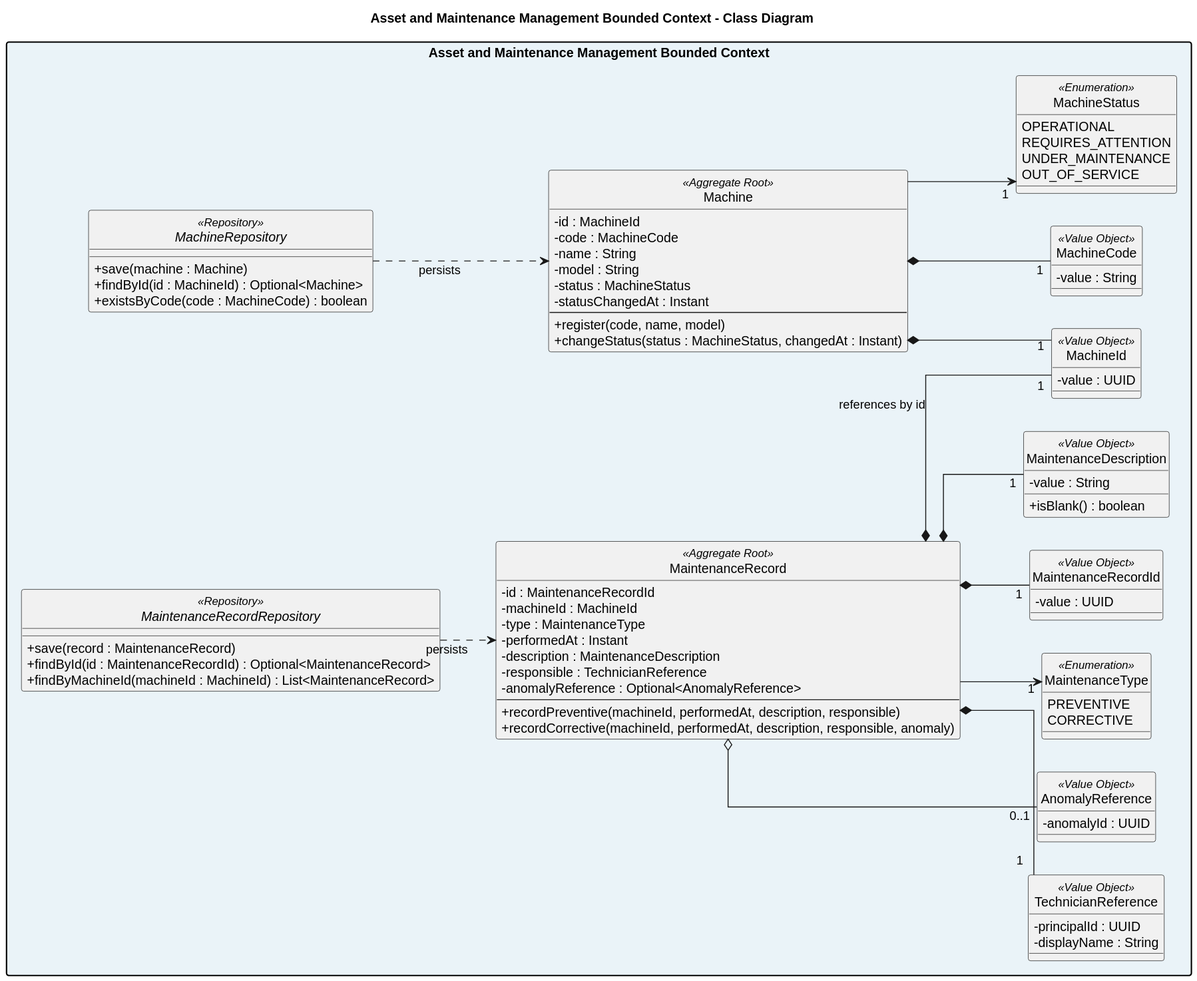
Earlier version of the PlantUML export assets/Images Chapter 4/Software Object-Oriented Design/Class Diagrams/asset-maintenance-management-class-diagram.svg (Vanguard-app-web/molinex-report).
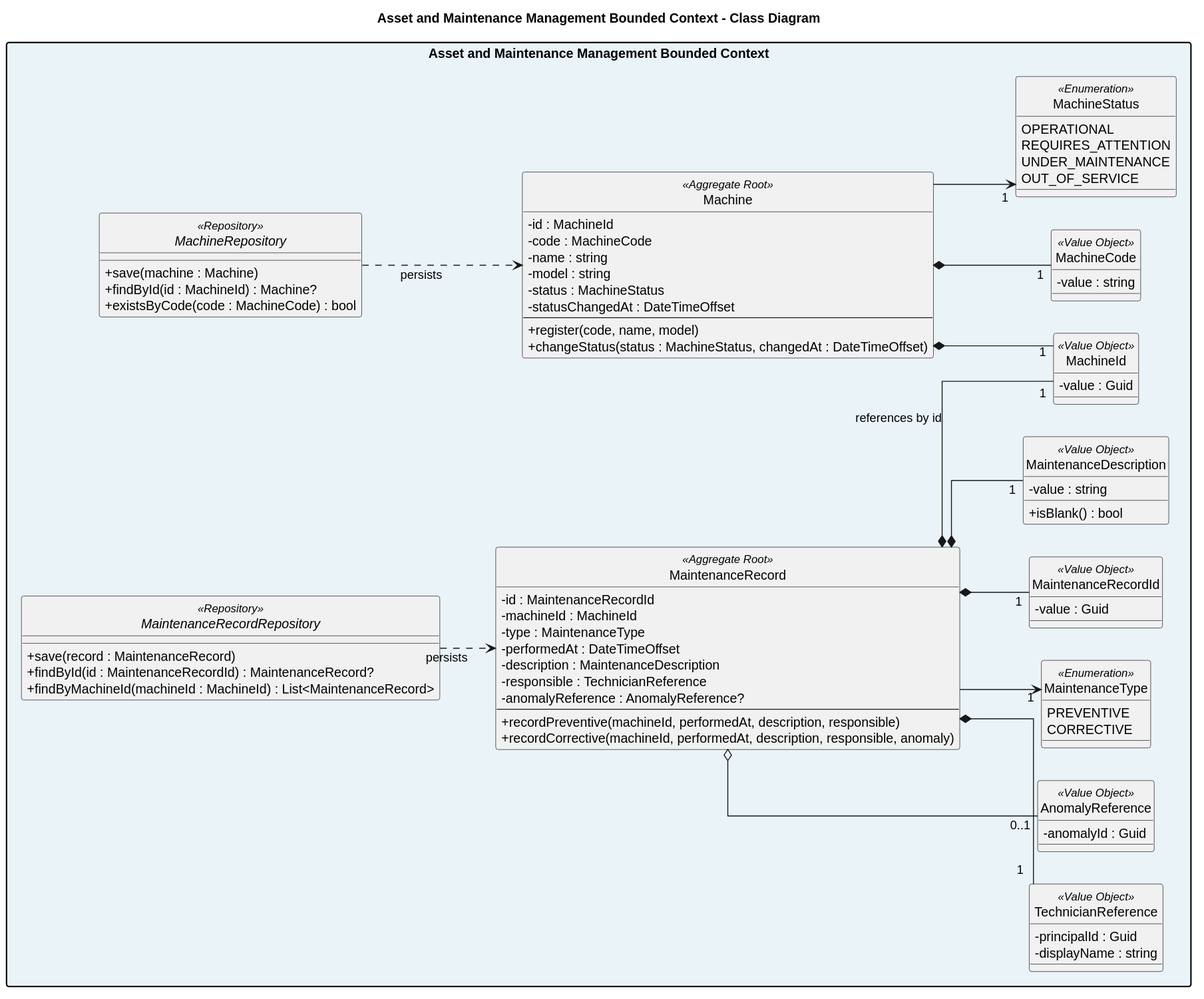
After the commit.

Change to the diagram source:
```diff
@@ -11,47 +11,47 @@
   class Machine <<Aggregate Root>> {
     -id : MachineId
     -code : MachineCode
-    -name : String
-    -model : String
+    -name : string
+    -model : string
     -status : MachineStatus
-    -statusChangedAt : Instant
+    -statusChangedAt : DateTimeOffset
     --
     +register(code, name, model)
-    +changeStatus(status : MachineStatus, changedAt : Instant)
+    +changeStatus(status : MachineStatus, changedAt : DateTimeOffset)
   }
 
   class MaintenanceRecord <<Aggregate Root>> {
     -id : MaintenanceRecordId
     -machineId : MachineId
     -type : MaintenanceType
-    -performedAt : Instant
+    -performedAt : DateTimeOffset
     -description : MaintenanceDescription
     -responsible : TechnicianReference
-    -anomalyReference : Optional<AnomalyReference>
+    -anomalyReference : AnomalyReference?
     --
     +recordPreventive(machineId, performedAt, description, responsible)
     +recordCorrective(machineId, performedAt, description, responsible, anomaly)
   }
 
   class MachineId <<Value Object>> {
-    -value : UUID
+    -value : Guid
   }
   class MaintenanceRecordId <<Value Object>> {
-    -value : UUID
+    -value : Guid
   }
   class MachineCode <<Value Object>> {
-    -value : String
+    -value : string
   }
   class MaintenanceDescription <<Value Object>> {
-    -value : String
-    +isBlank() : boolean
+    -value : string
+    +isBlank() : bool
   }
   class TechnicianReference <<Value Object>> {
-    -principalId : UUID
-    -displayName : String
+    -principalId : Guid
+    -displayName : string
   }
   class AnomalyReference <<Value Object>> {
-    -anomalyId : UUID
+    -anomalyId : Guid
   }
 
   enum MachineStatus <<Enumeration>> {
@@ -67,12 +67,12 @@
 
   interface MachineRepository <<Repository>> {
     +save(machine : Machine)
-    +findById(id : MachineId) : Optional<Machine>
-    +existsByCode(code : MachineCode) : boolean
+    +findById(id : MachineId) : Machine?
+    +existsByCode(code : MachineCode) : bool
   }
   interface MaintenanceRecordRepository <<Repository>> {
     +save(record : MaintenanceRecord)
-    +findById(id : MaintenanceRecordId) : Optional<MaintenanceRecord>
+    +findById(id : MaintenanceRecordId) : MaintenanceRecord?
     +findByMachineId(machineId : MachineId) : List<MaintenanceRecord>
   }
 }
```
